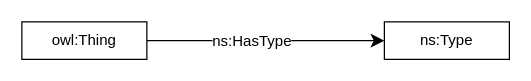
nd-crane/Drawio-experiments keeps this draw.io diagram as MODL Library Simplified/explicit-typingSimplified.drawio. Above is the earlier version. Source tidied: cells renumbered, new cells numbered last; positions are measured from the earlier drawing's top-left corner, leaving out a move shared by most shapes. Both pictures are drawn from the tidied source at 125%, with x=0, y=0 at pixel (21, 21).
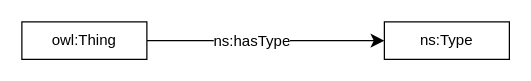
The same page after the edit.

Commit message (it also covers changes not shown here):
building simplified library

Diff of the diagram source:
```diff
@@
 <mxGraphModel>
   <root>
     <mxCell id="0" />
     <mxCell id="1" parent="0" />
     <mxCell id="2" value="ns:Type" style="rounded=0;whiteSpace=wrap;html=1;snapToPoint=1;points=[[0.1,0],[0.2,0],[0.3,0],[0.4,0],[0.5,0],[0.6,0],[0.7,0],[0.8,0],[0.9,0],[0,0.1],[0,0.3],[0,0.5],[0,0.7],[0,0.9],[0.1,1],[0.2,1],[0.3,1],[0.4,1],[0.5,1],[0.6,1],[0.7,1],[0.8,1],[0.9,1],[1,0.1],[1,0.3],[1,0.5],[1,0.7],[1,0.9]];" parent="1" vertex="1">
       <mxGeometry x="290" width="100" height="30" as="geometry" />
     </mxCell>
     <mxCell id="3" style="endArrow=classic;html=1;exitX=1;exitY=0.5;exitDx=0;exitDy=0;endSize=8;entryX=0;entryY=0.5;entryDx=0;entryDy=0;arcSize=0;" parent="1" edge="1" source="5" target="2">
       <mxGeometry relative="1" as="geometry" />
     </mxCell>
-    <mxCell id="4" value="ns:HasType" style="text;html=1;align=center;verticalAlign=middle;labelBackgroundColor=#ffffff;" parent="3" vertex="1">
+    <mxCell id="4" value="ns:hasType" style="text;html=1;align=center;verticalAlign=middle;labelBackgroundColor=#ffffff;" parent="3" vertex="1">
       <mxGeometry x="-0.13" relative="1" as="geometry" />
     </mxCell>
     <mxCell id="5" value="owl:Thing" style="rounded=0;whiteSpace=wrap;html=1;snapToPoint=1;points=[[0.1,0],[0.2,0],[0.3,0],[0.4,0],[0.5,0],[0.6,0],[0.7,0],[0.8,0],[0.9,0],[0,0.1],[0,0.3],[0,0.5],[0,0.7],[0,0.9],[0.1,1],[0.2,1],[0.3,1],[0.4,1],[0.5,1],[0.6,1],[0.7,1],[0.8,1],[0.9,1],[1,0.1],[1,0.3],[1,0.5],[1,0.7],[1,0.9]];" parent="1" vertex="1">
       <mxGeometry width="100" height="30" as="geometry" />
     </mxCell>
   </root>
 </mxGraphModel>
```
